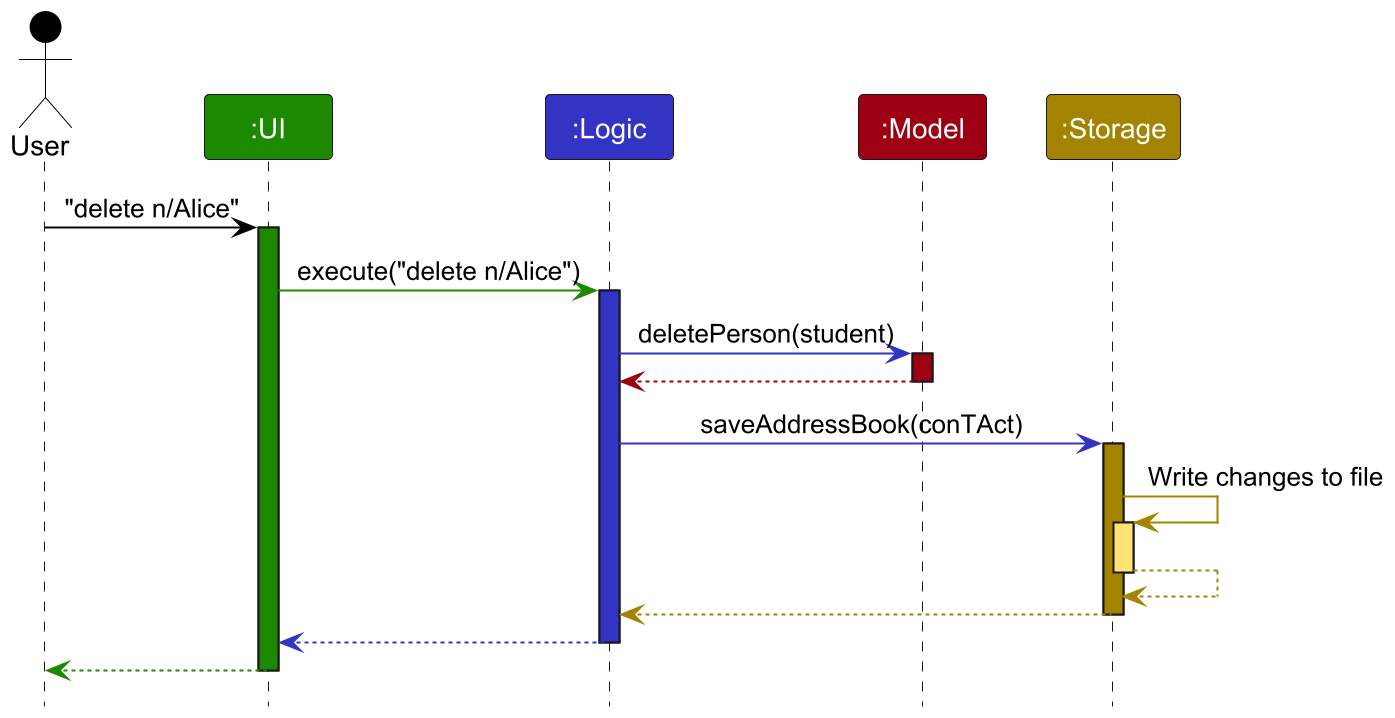
vrisdng/tp keeps this PlantUML diagram as docs/images/DeleteArchitectureSequenceDiagram.png. Above is the earlier version. Its source is kept beside it as docs/diagrams/DeleteArchitectureSequenceDiagram.puml.
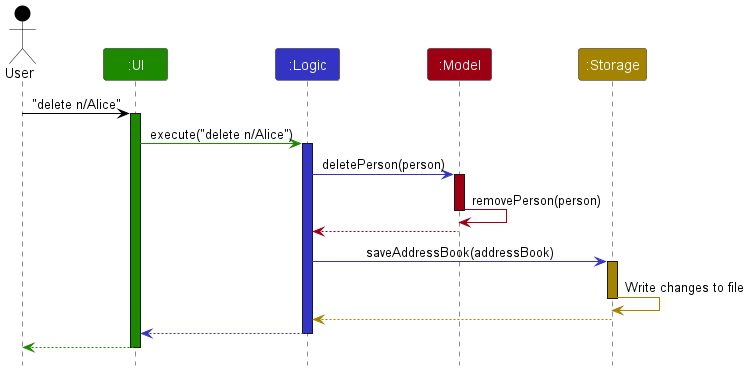
Above is the later version.

Change to the diagram source:
```diff
@@ -14,18 +14,19 @@
 ui -[UI_COLOR]> logic : execute("delete n/Alice")
 activate logic LOGIC_COLOR
 
-logic -[LOGIC_COLOR]> model : deletePerson(student)
+logic -[LOGIC_COLOR]> model : deletePerson(person)
 activate model MODEL_COLOR
 
-model -[MODEL_COLOR]-> logic
+model -[MODEL_COLOR]> model : removePerson(person)
 deactivate model
 
-logic -[LOGIC_COLOR]> storage : saveAddressBook(conTAct)
+model --[MODEL_COLOR]> logic
+deactivate model
+
+logic -[LOGIC_COLOR]> storage : saveAddressBook(addressBook)
 activate storage STORAGE_COLOR
 
 storage -[STORAGE_COLOR]> storage : Write changes to file
-activate storage STORAGE_COLOR_T1
-storage --[STORAGE_COLOR]> storage
 deactivate storage
 
 storage --[STORAGE_COLOR]> logic
```
